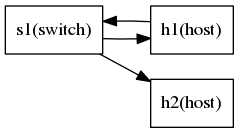
Before: example/simple_graph.png, a diagram exported from Graphviz (kevinbird61/fake-mininet). Its source is kept beside it as example/simple_graph.dot.
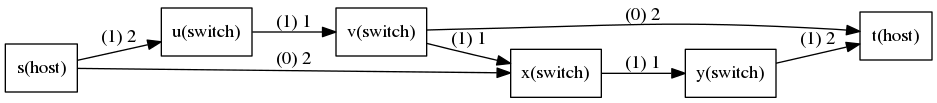
Above is the later version.

The edit, as a diff of the source:
```diff
@@ -2,14 +2,26 @@
 rankdir=LR;
 node [shape=record];
 
-s1 [label="s1(switch)"];
-h1 [label="h1(host)"];
-s1->h1;
-s1 [label="s1(switch)"];
-h2 [label="h2(host)"];
-s1->h2;
-h1 [label="h1(host)"];
-s1 [label="s1(switch)"];
-h1->s1;
+s [label="s(host)"];
+u [label="u(switch)"];
+s->u[label="(1) 2"];
+s [label="s(host)"];
+x [label="x(switch)"];
+s->x[label="(0) 2"];
+u [label="u(switch)"];
+v [label="v(switch)"];
+u->v[label="(1) 1"];
+x [label="x(switch)"];
+y [label="y(switch)"];
+x->y[label="(1) 1"];
+v [label="v(switch)"];
+t [label="t(host)"];
+v->t[label="(0) 2"];
+v [label="v(switch)"];
+x [label="x(switch)"];
+v->x[label="(1) 1"];
+y [label="y(switch)"];
+t [label="t(host)"];
+y->t[label="(1) 2"];
 
 }
```
